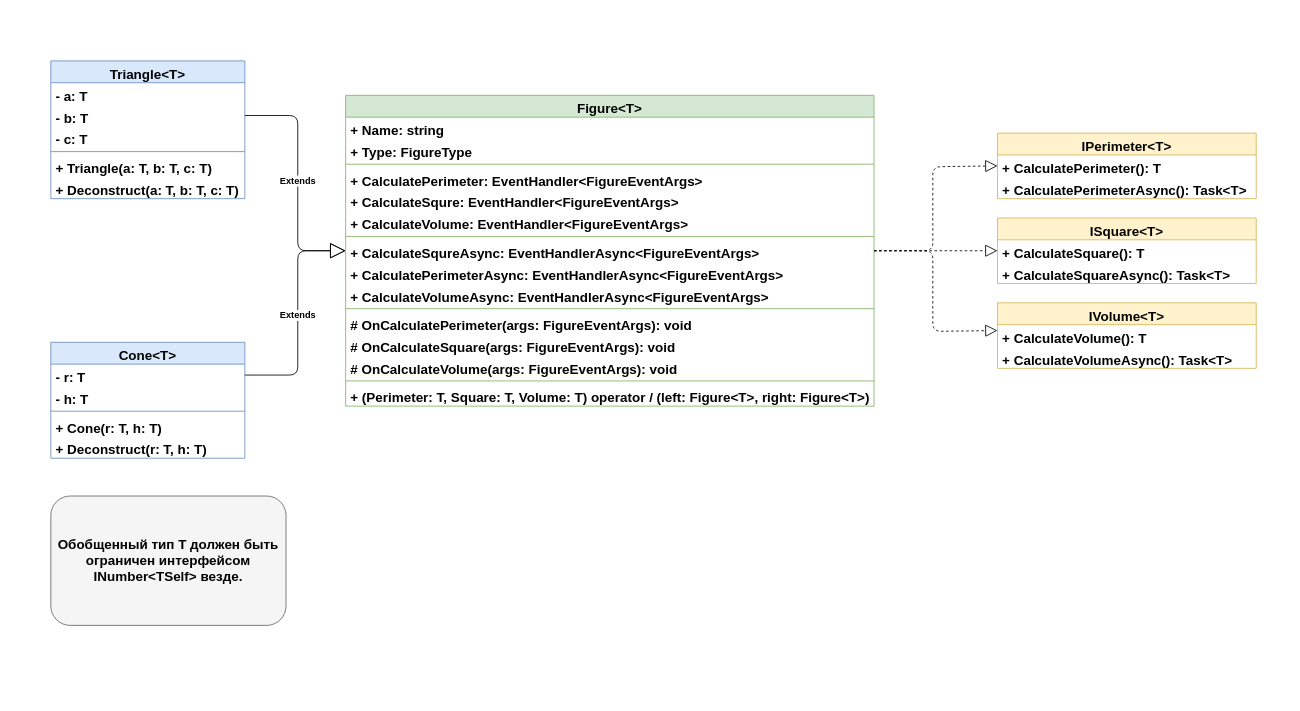
Earlier version of the draw.io diagram schemes/oop-lab-2.drawio (GhostlyRaven/raven-evil-labs). Source tidied: cells renumbered, new cells numbered last; positions are measured from the earlier drawing's top-left corner, leaving out a move shared by most shapes. Both pictures are drawn from the tidied source at 84%, with x=0, y=0 at pixel (15, 14).
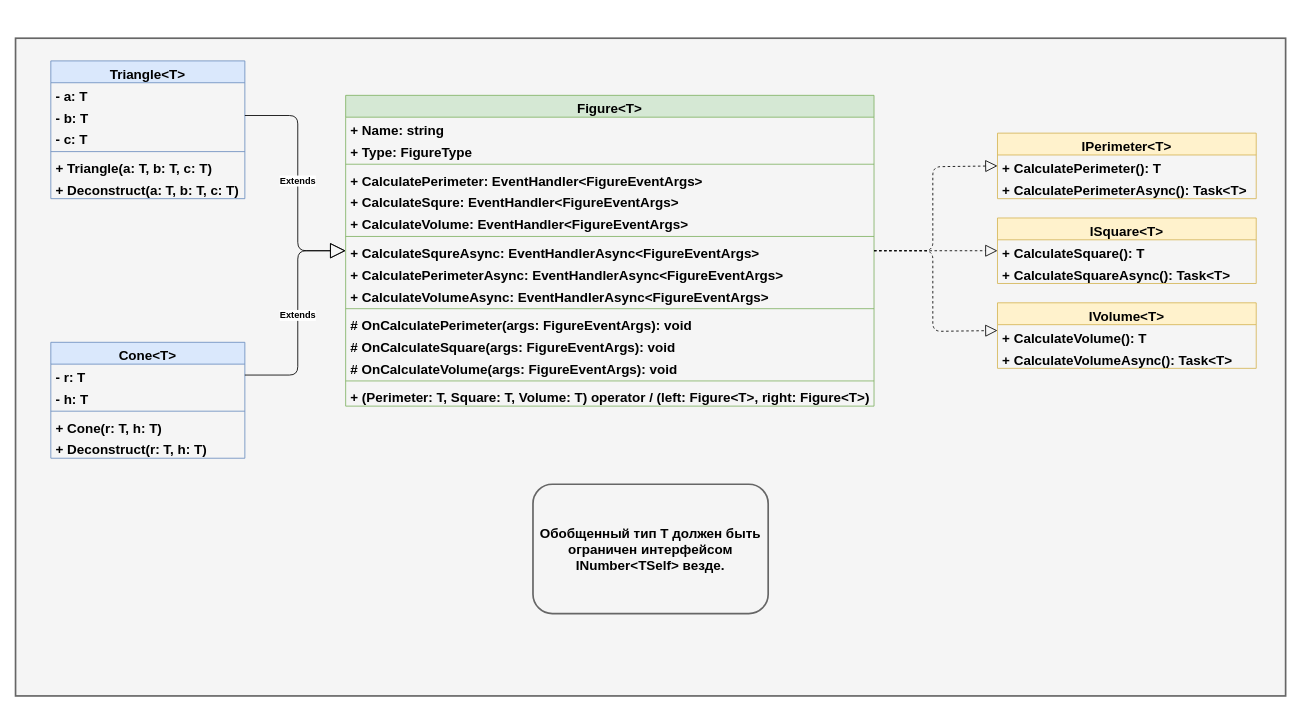
The same page after the edit.

Change to the diagram source:
```diff
@@
-    <mxCell id="2" style="rounded=0;whiteSpace=wrap;html=1;strokeColor=#FFFFFF;" parent="1" vertex="1">
-      <mxGeometry width="1512" height="783" as="geometry" />
+    <mxCell id="2" style="rounded=0;whiteSpace=wrap;html=1;strokeColor=#666666;fillColor=#f5f5f5;fontColor=#333333;strokeWidth=2;" parent="1" vertex="1">
+      <mxGeometry y="28" width="1512" height="783" as="geometry" />
     </mxCell>
@@
-    <mxCell id="47" value="&lt;span style=&quot;font-size: 16px;&quot;&gt;&lt;font color=&quot;#000000&quot; style=&quot;font-size: 16px;&quot;&gt;Обобщенный тип T должен быть ограничен интерфейсом INumber&amp;lt;TSelf&amp;gt; везде.&lt;/font&gt;&lt;/span&gt;" style="rounded=1;whiteSpace=wrap;html=1;fontSize=16;fillColor=#f5f5f5;strokeColor=#666666;fontColor=#333333;fontStyle=1;" parent="1" vertex="1">
-      <mxGeometry x="42" y="573" width="280" height="154" as="geometry" />
+    <mxCell id="47" value="&lt;span style=&quot;font-size: 16px;&quot;&gt;&lt;font color=&quot;#000000&quot; style=&quot;font-size: 16px;&quot;&gt;Обобщенный тип T должен быть ограничен интерфейсом INumber&amp;lt;TSelf&amp;gt; везде.&lt;/font&gt;&lt;/span&gt;" style="rounded=1;whiteSpace=wrap;html=1;fontSize=16;fillColor=#f5f5f5;strokeColor=#666666;fontColor=#333333;fontStyle=1;strokeWidth=2;" parent="1" vertex="1">
+      <mxGeometry x="616" y="559" width="280" height="154" as="geometry" />
     </mxCell>
```
